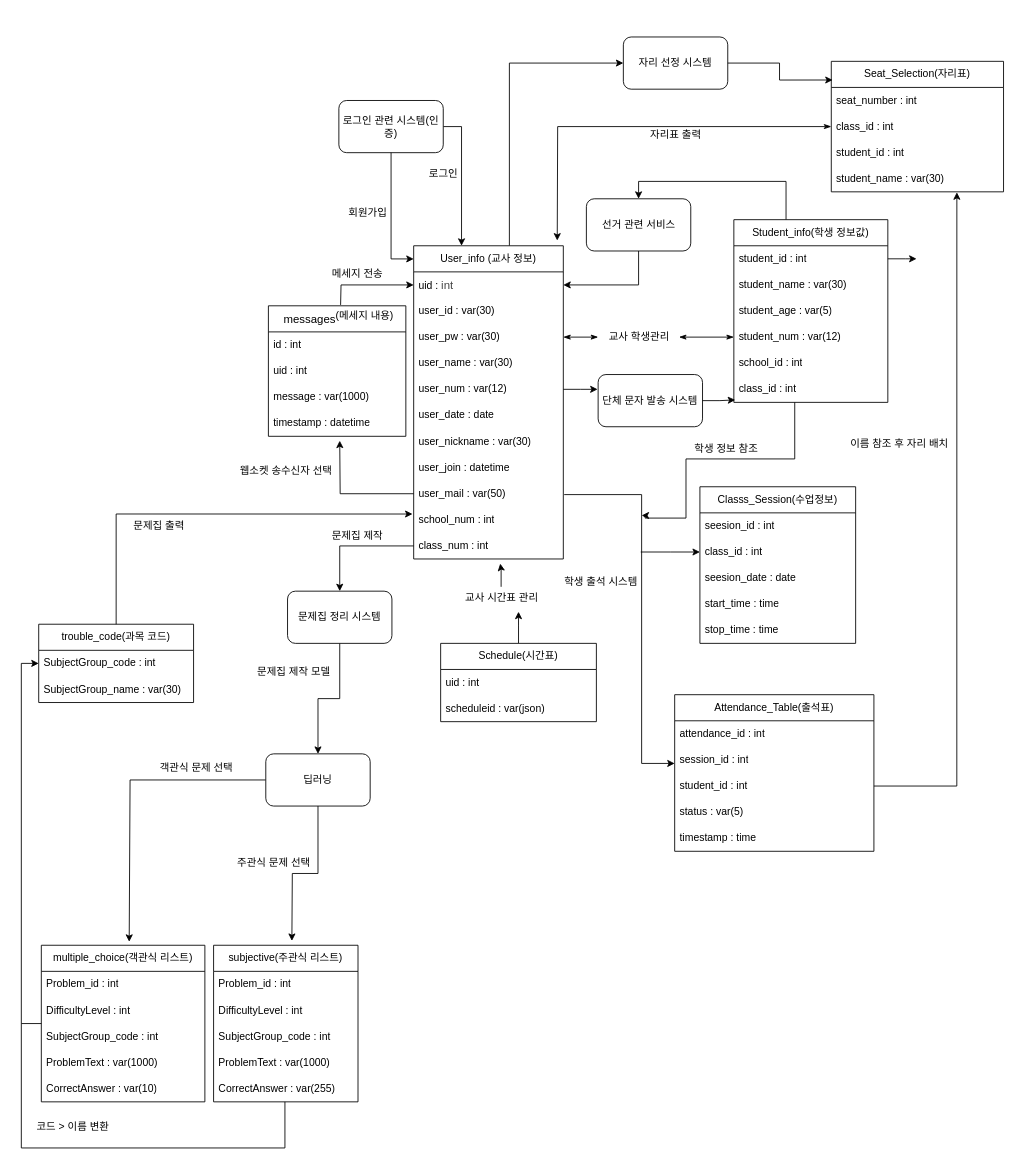
Above: database.drawio in programrsky/Jaeseok_Lee (draw.io), before the change. Source tidied: cells renumbered, new cells numbered last; positions are measured from the earlier drawing's top-left corner, leaving out a move shared by most shapes. Both pictures are drawn from the tidied source at 87%, with x=0, y=0 at pixel (21, 37).
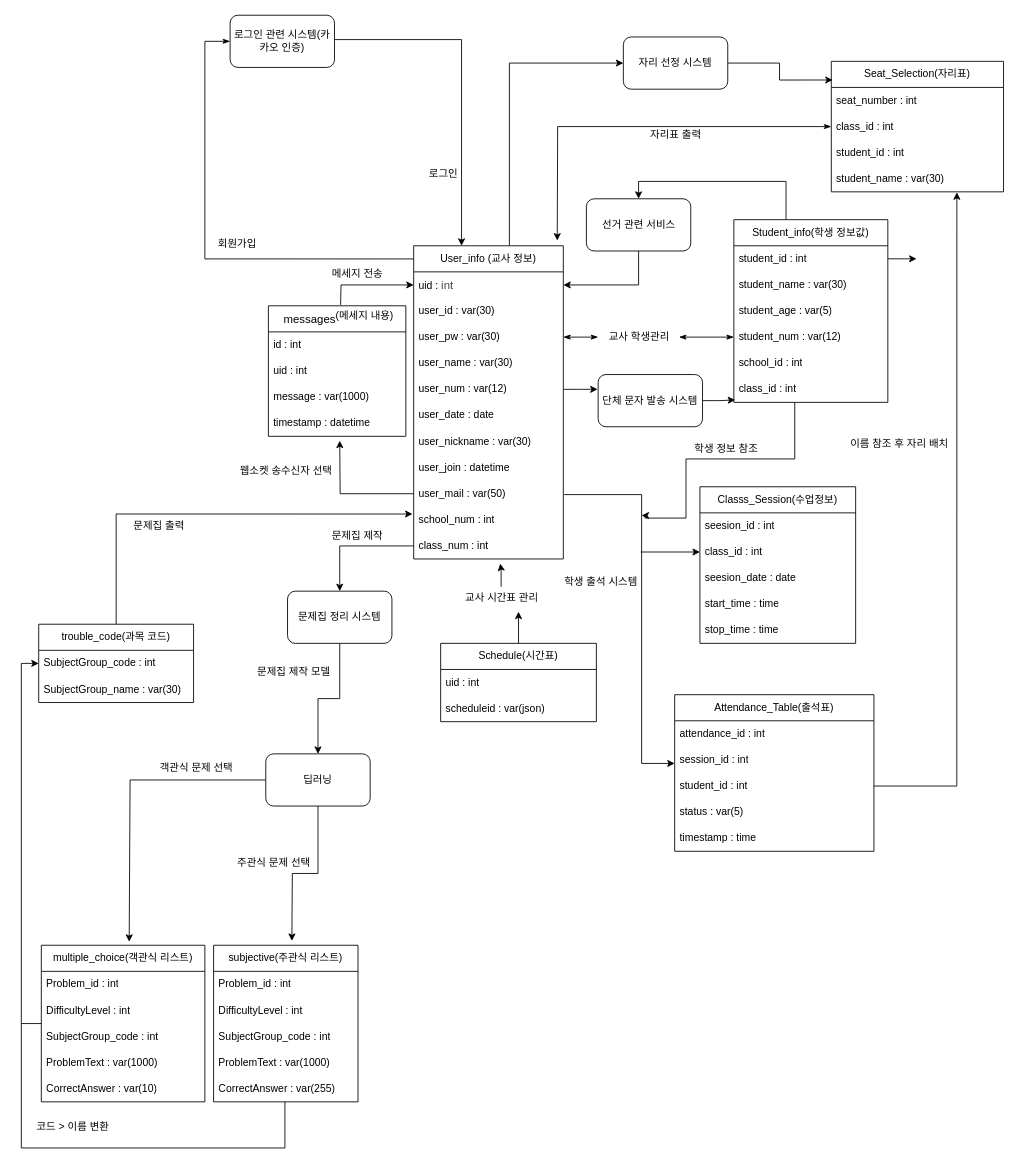
The same diagram, later.

Unchanged cells that the change refers to:
```xml
<mxCell id="3" value="User_info (교사 정보)" style="swimlane;fontStyle=0;horizontal=1;startSize=30;whiteSpace=wrap;html=1;" parent="1" vertex="1">
  <mxGeometry x="451" y="240" width="172" height="360" as="geometry" />
</mxCell>
```

What changed in the source:
```diff
@@
     <mxCell id="52" style="edgeStyle=orthogonalEdgeStyle;rounded=0;jettySize=auto;html=1;" parent="1" edge="1" source="53" target="3">
       <mxGeometry relative="1" as="geometry">
         <Array as="points">
-          <mxPoint x="506" y="103" />
+          <mxPoint x="506" y="3" />
         </Array>
       </mxGeometry>
     </mxCell>
-    <mxCell id="53" value="로그인 관련 시스템(인증)" style="rounded=1;whiteSpace=wrap;html=1;" parent="1" vertex="1">
-      <mxGeometry x="365" y="73" width="120" height="60" as="geometry" />
+    <mxCell id="53" value="로그인 관련 시스템(카카오 인증)" style="rounded=1;whiteSpace=wrap;html=1;" parent="1" vertex="1">
+      <mxGeometry x="240" y="-25" width="120" height="60" as="geometry" />
     </mxCell>
@@
-    <mxCell id="103" style="edgeStyle=orthogonalEdgeStyle;rounded=0;jettySize=auto;html=1;entryX=0;entryY=0.042;entryDx=0;entryDy=0;entryPerimeter=0;" parent="1" edge="1" source="53" target="3">
-      <mxGeometry relative="1" as="geometry" />
+    <mxCell id="103" style="edgeStyle=orthogonalEdgeStyle;rounded=0;jettySize=auto;html=1;entryX=0;entryY=0.042;entryDx=0;entryDy=0;entryPerimeter=0;endArrow=none;endFill=0;startArrow=classicThin;startFill=1;" parent="1" edge="1" source="53" target="3">
+      <mxGeometry relative="1" as="geometry">
+        <Array as="points">
+          <mxPoint x="211" y="5" />
+          <mxPoint x="211" y="255" />
+        </Array>
+      </mxGeometry>
     </mxCell>
     <mxCell id="104" value="회원가입" style="text;html=1;align=center;verticalAlign=middle;strokeColor=none;fillColor=none;" parent="1" vertex="1">
-      <mxGeometry x="365" y="189" width="66" height="26" as="geometry" />
+      <mxGeometry x="215" y="225" width="66" height="26" as="geometry" />
     </mxCell>
```
